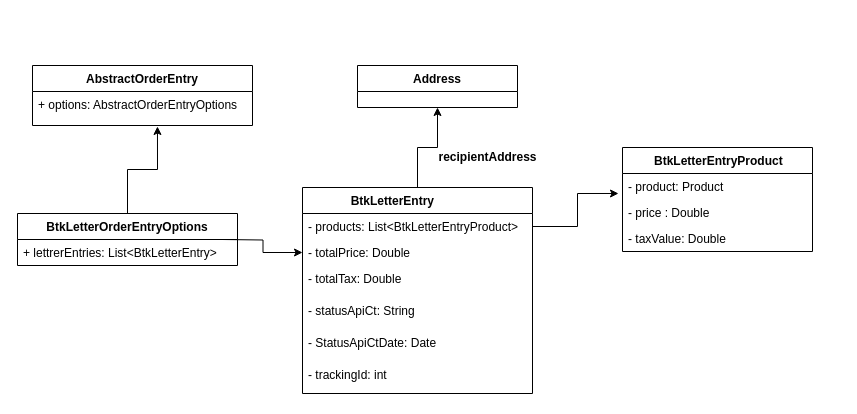
Earlier version of the draw.io diagram eboutique pli letter conception.drawio (elaissoussi/draw.io). Source tidied: cells renumbered, new cells numbered last; positions are measured from the earlier drawing's top-left corner, leaving out a move shared by most shapes. Both pictures are drawn from the tidied source at 100%, with x=0, y=0 at pixel (17, 65).
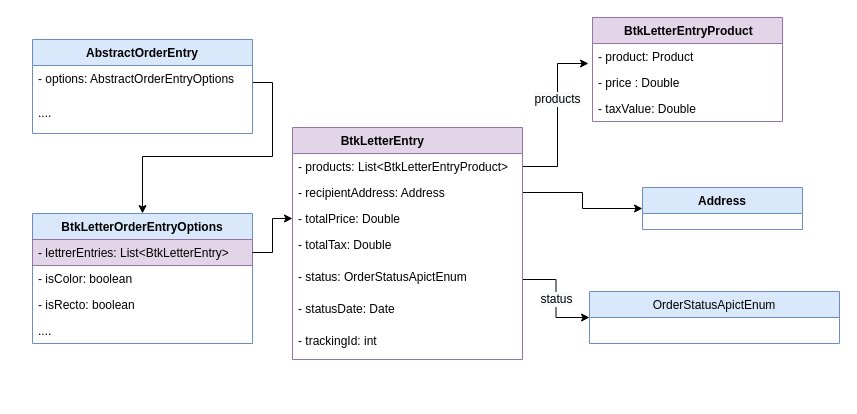
After the change.

Unchanged cells that the change refers to:
```xml
<mxCell id="7" value="- products: List&lt;BtkLetterEntryProduct&gt;" style="text;strokeColor=none;fillColor=none;align=left;verticalAlign=top;spacingLeft=4;spacingRight=4;overflow=hidden;points=[[0,0.5],[1,0.5]];portConstraint=eastwest;" parent="6" vertex="1">
  <mxGeometry y="26" width="230" height="26" as="geometry" />
</mxCell>
```

What changed in the source:
```diff
@@
-    <mxCell id="2" style="edgeStyle=orthogonalEdgeStyle;rounded=0;jettySize=auto;html=1;exitX=1;exitY=0.5;exitDx=0;exitDy=0;" parent="1" edge="1" target="8">
-      <mxGeometry relative="1" as="geometry">
-        <mxPoint x="205" y="174" as="sourcePoint" />
-      </mxGeometry>
-    </mxCell>
-    <mxCell id="3" style="edgeStyle=orthogonalEdgeStyle;rounded=0;jettySize=auto;html=1;entryX=0.568;entryY=1.029;entryDx=0;entryDy=0;entryPerimeter=0;" parent="1" edge="1" source="15" target="14">
-      <mxGeometry relative="1" as="geometry" />
-    </mxCell>
+    <mxCell id="22" style="edgeStyle=orthogonalEdgeStyle;rounded=0;jettySize=auto;html=1;exitX=1;exitY=0.5;exitDx=0;exitDy=0;entryX=-0.021;entryY=0.769;entryDx=0;entryDy=0;entryPerimeter=0;" parent="1" edge="1" source="7" target="19">
+      <mxGeometry relative="1" as="geometry" />
+    </mxCell>
+    <mxCell id="23" value="&lt;span style=&quot;text-align: left ; background-color: rgb(248 , 249 , 250)&quot;&gt;products&lt;/span&gt;" style="text;html=1;align=center;verticalAlign=middle;labelBackgroundColor=#ffffff;" parent="22" vertex="1">
+      <mxGeometry x="0.22" y="1" relative="1" as="geometry" />
+    </mxCell>
+    <mxCell id="24" value="&lt;span style=&quot;font-size: 12px ; text-align: left ; background-color: rgb(248 , 249 , 250)&quot;&gt;status&lt;/span&gt;" style="edgeStyle=orthogonalEdgeStyle;rounded=0;jettySize=auto;html=1;" parent="1" edge="1" source="10" target="31">
+      <mxGeometry relative="1" as="geometry" />
+    </mxCell>
+    <mxCell id="15" value="BtkLetterOrderEntryOptions" style="swimlane;fontStyle=1;horizontal=1;startSize=26;fillColor=#dae8fc;strokeColor=#6c8ebf;" parent="1" vertex="1">
+      <mxGeometry x="15" y="148" width="220" height="130" as="geometry" />
+    </mxCell>
+    <mxCell id="16" value="- lettrerEntries: List&lt;BtkLetterEntry&gt;" style="text;strokeColor=#9673a6;fillColor=#e1d5e7;align=left;verticalAlign=top;spacingLeft=4;spacingRight=4;overflow=hidden;points=[[0,0.5],[1,0.5]];portConstraint=eastwest;" parent="15" vertex="1">
+      <mxGeometry y="26" width="220" height="26" as="geometry" />
+    </mxCell>
+    <mxCell id="25" value="- isColor: boolean" style="text;strokeColor=none;fillColor=none;align=left;verticalAlign=top;spacingLeft=4;spacingRight=4;overflow=hidden;" parent="15" vertex="1">
+      <mxGeometry y="52" width="220" height="26" as="geometry" />
+    </mxCell>
+    <mxCell id="26" value="- isRecto: boolean" style="text;strokeColor=none;fillColor=none;align=left;verticalAlign=top;spacingLeft=4;spacingRight=4;overflow=hidden;" parent="15" vertex="1">
+      <mxGeometry y="78" width="220" height="26" as="geometry" />
+    </mxCell>
+    <mxCell id="27" value="...." style="text;strokeColor=none;fillColor=none;align=left;verticalAlign=top;spacingLeft=4;spacingRight=4;overflow=hidden;" parent="15" vertex="1">
+      <mxGeometry y="104" width="220" height="26" as="geometry" />
+    </mxCell>
+    <mxCell id="28" style="edgeStyle=orthogonalEdgeStyle;rounded=0;jettySize=auto;html=1;exitX=1;exitY=0.5;exitDx=0;exitDy=0;" parent="1" edge="1" source="14" target="15">
+      <mxGeometry relative="1" as="geometry" />
+    </mxCell>
+    <mxCell id="29" style="edgeStyle=orthogonalEdgeStyle;rounded=0;jettySize=auto;html=1;exitX=1;exitY=0.5;exitDx=0;exitDy=0;entryX=0;entryY=0.5;entryDx=0;entryDy=0;" parent="1" edge="1" source="16" target="8">
+      <mxGeometry relative="1" as="geometry" />
+    </mxCell>
+    <mxCell id="30" style="edgeStyle=orthogonalEdgeStyle;rounded=0;jettySize=auto;html=1;exitX=1;exitY=0.5;exitDx=0;exitDy=0;entryX=0;entryY=0.5;entryDx=0;entryDy=0;" parent="1" edge="1" source="32" target="4">
+      <mxGeometry relative="1" as="geometry" />
+    </mxCell>
+    <mxCell id="18" value="         BtkLetterEntryProduct" style="swimlane;fontStyle=1;horizontal=1;startSize=26;fillColor=#e1d5e7;align=left;strokeColor=#9673a6;" parent="1" vertex="1">
+      <mxGeometry x="575" y="-48" width="190" height="104" as="geometry" />
+    </mxCell>
+    <mxCell id="19" value="- product: Product" style="text;strokeColor=none;fillColor=none;align=left;verticalAlign=top;spacingLeft=4;spacingRight=4;overflow=hidden;points=[[0,0.5],[1,0.5]];portConstraint=eastwest;" parent="18" vertex="1">
+      <mxGeometry y="26" width="190" height="26" as="geometry" />
+    </mxCell>
+    <mxCell id="20" value="- price : Double" style="text;strokeColor=none;fillColor=none;align=left;verticalAlign=top;spacingLeft=4;spacingRight=4;overflow=hidden;" parent="18" vertex="1">
+      <mxGeometry y="52" width="190" height="26" as="geometry" />
+    </mxCell>
+    <mxCell id="21" value="- taxValue: Double" style="text;strokeColor=none;fillColor=none;align=left;verticalAlign=top;spacingLeft=4;spacingRight=4;overflow=hidden;" parent="18" vertex="1">
+      <mxGeometry y="78" width="190" height="26" as="geometry" />
+    </mxCell>
-    <mxCell id="4" value="Address" style="swimlane;fontStyle=1;align=center;verticalAlign=top;horizontal=1;startSize=26;" parent="1" vertex="1">
-      <mxGeometry x="340" width="160" height="42" as="geometry" />
+    <mxCell id="4" value="Address" style="swimlane;fontStyle=1;align=center;verticalAlign=top;horizontal=1;startSize=26;fillColor=#dae8fc;strokeColor=#6c8ebf;" parent="1" vertex="1">
+      <mxGeometry x="625" y="122" width="160" height="42" as="geometry" />
     </mxCell>
-    <mxCell id="5" style="edgeStyle=orthogonalEdgeStyle;rounded=0;jettySize=auto;html=1;exitX=0.5;exitY=0;exitDx=0;exitDy=0;entryX=0.5;entryY=1;entryDx=0;entryDy=0;" parent="1" edge="1" source="6" target="4">
-      <mxGeometry relative="1" as="geometry" />
-    </mxCell>
+    <mxCell id="31" value="OrderStatusApictEnum" style="swimlane;fontStyle=0;horizontal=1;startSize=26;fillColor=#dae8fc;strokeColor=#6c8ebf;" parent="1" vertex="1">
+      <mxGeometry x="572" y="226" width="250" height="52" as="geometry" />
+    </mxCell>
-    <mxCell id="6" value="              BtkLetterEntry" style="swimlane;fontStyle=1;horizontal=1;startSize=26;fillColor=none;align=left;" parent="1" vertex="1">
-      <mxGeometry x="285" y="122" width="230" height="206" as="geometry" />
+    <mxCell id="6" value="              BtkLetterEntry" style="swimlane;fontStyle=1;horizontal=1;startSize=26;fillColor=#e1d5e7;align=left;strokeColor=#9673a6;" parent="1" vertex="1">
+      <mxGeometry x="275" y="62" width="230" height="232" as="geometry" />
     </mxCell>
@@
+    <mxCell id="32" value="- recipientAddress: Address" style="text;strokeColor=none;fillColor=none;align=left;verticalAlign=top;spacingLeft=4;spacingRight=4;overflow=hidden;points=[[0,0.5],[1,0.5]];portConstraint=eastwest;" parent="6" vertex="1">
+      <mxGeometry y="52" width="230" height="26" as="geometry" />
+    </mxCell>
     <mxCell id="8" value="- totalPrice: Double" style="text;strokeColor=none;fillColor=none;align=left;verticalAlign=top;spacingLeft=4;spacingRight=4;overflow=hidden;points=[[0,0.5],[1,0.5]];portConstraint=eastwest;" parent="6" vertex="1">
-      <mxGeometry y="52" width="230" height="26" as="geometry" />
+      <mxGeometry y="78" width="230" height="26" as="geometry" />
     </mxCell>
     <mxCell id="9" value="- totalTax: Double" style="text;strokeColor=none;fillColor=none;align=left;verticalAlign=top;spacingLeft=4;spacingRight=4;overflow=hidden;" parent="6" vertex="1">
-      <mxGeometry y="78" width="230" height="32" as="geometry" />
+      <mxGeometry y="104" width="230" height="32" as="geometry" />
     </mxCell>
-    <mxCell id="10" value="- statusApiCt: String" style="text;strokeColor=none;fillColor=none;align=left;verticalAlign=top;spacingLeft=4;spacingRight=4;overflow=hidden;points=[[0,0.5],[1,0.5]];portConstraint=eastwest;" parent="6" vertex="1">
-      <mxGeometry y="110" width="230" height="32" as="geometry" />
+    <mxCell id="10" value="- status: OrderStatusApictEnum" style="text;strokeColor=none;fillColor=none;align=left;verticalAlign=top;spacingLeft=4;spacingRight=4;overflow=hidden;points=[[0,0.5],[1,0.5]];portConstraint=eastwest;" parent="6" vertex="1">
+      <mxGeometry y="136" width="230" height="32" as="geometry" />
     </mxCell>
-    <mxCell id="11" value="- StatusApiCtDate: Date" style="text;strokeColor=none;fillColor=none;align=left;verticalAlign=top;spacingLeft=4;spacingRight=4;overflow=hidden;" parent="6" vertex="1">
-      <mxGeometry y="142" width="230" height="32" as="geometry" />
+    <mxCell id="11" value="- statusDate: Date" style="text;strokeColor=none;fillColor=none;align=left;verticalAlign=top;spacingLeft=4;spacingRight=4;overflow=hidden;" parent="6" vertex="1">
+      <mxGeometry y="168" width="230" height="32" as="geometry" />
     </mxCell>
     <mxCell id="12" value="- trackingId: int" style="text;strokeColor=none;fillColor=none;align=left;verticalAlign=top;spacingLeft=4;spacingRight=4;overflow=hidden;" parent="6" vertex="1">
-      <mxGeometry y="174" width="230" height="32" as="geometry" />
+      <mxGeometry y="200" width="230" height="32" as="geometry" />
     </mxCell>
-    <mxCell id="13" value="AbstractOrderEntry" style="swimlane;fontStyle=1;horizontal=1;startSize=26;fillColor=none;" parent="1" vertex="1">
-      <mxGeometry x="15" width="220" height="60" as="geometry" />
+    <mxCell id="13" value="AbstractOrderEntry" style="swimlane;fontStyle=1;horizontal=1;startSize=26;fillColor=#dae8fc;strokeColor=#6c8ebf;" parent="1" vertex="1">
+      <mxGeometry x="15" y="-26" width="220" height="94" as="geometry" />
     </mxCell>
-    <mxCell id="14" value="+ options: AbstractOrderEntryOptions" style="text;strokeColor=none;fillColor=none;align=left;verticalAlign=top;spacingLeft=4;spacingRight=4;overflow=hidden;points=[[0,0.5],[1,0.5]];portConstraint=eastwest;fontStyle=0;" parent="13" vertex="1">
+    <mxCell id="14" value="- options: AbstractOrderEntryOptions" style="text;strokeColor=none;fillColor=none;align=left;verticalAlign=top;spacingLeft=4;spacingRight=4;overflow=hidden;points=[[0,0.5],[1,0.5]];portConstraint=eastwest;fontStyle=0;" parent="13" vertex="1">
       <mxGeometry y="26" width="220" height="34" as="geometry" />
     </mxCell>
-    <mxCell id="15" value="BtkLetterOrderEntryOptions" style="swimlane;fontStyle=1;horizontal=1;startSize=26;fillColor=none;" parent="1" vertex="1">
-      <mxGeometry y="148" width="220" height="52" as="geometry" />
-    </mxCell>
-    <mxCell id="16" value="+ lettrerEntries: List&lt;BtkLetterEntry&gt;" style="text;strokeColor=none;fillColor=none;align=left;verticalAlign=top;spacingLeft=4;spacingRight=4;overflow=hidden;points=[[0,0.5],[1,0.5]];portConstraint=eastwest;" parent="15" vertex="1">
-      <mxGeometry y="26" width="220" height="26" as="geometry" />
-    </mxCell>
-    <mxCell id="17" value="&lt;b&gt;recipientAddress&lt;/b&gt;" style="text;html=1;align=center;verticalAlign=middle;" parent="1" vertex="1">
-      <mxGeometry x="415" y="82" width="110" height="20" as="geometry" />
-    </mxCell>
-    <mxCell id="18" value="         BtkLetterEntryProduct" style="swimlane;fontStyle=1;horizontal=1;startSize=26;fillColor=none;align=left;" parent="1" vertex="1">
-      <mxGeometry x="605" y="82" width="190" height="104" as="geometry" />
-    </mxCell>
-    <mxCell id="19" value="- product: Product" style="text;strokeColor=none;fillColor=none;align=left;verticalAlign=top;spacingLeft=4;spacingRight=4;overflow=hidden;points=[[0,0.5],[1,0.5]];portConstraint=eastwest;" parent="18" vertex="1">
-      <mxGeometry y="26" width="190" height="26" as="geometry" />
-    </mxCell>
-    <mxCell id="20" value="- price : Double" style="text;strokeColor=none;fillColor=none;align=left;verticalAlign=top;spacingLeft=4;spacingRight=4;overflow=hidden;" parent="18" vertex="1">
-      <mxGeometry y="52" width="190" height="26" as="geometry" />
-    </mxCell>
-    <mxCell id="21" value="- taxValue: Double" style="text;strokeColor=none;fillColor=none;align=left;verticalAlign=top;spacingLeft=4;spacingRight=4;overflow=hidden;" parent="18" vertex="1">
-      <mxGeometry y="78" width="190" height="26" as="geometry" />
-    </mxCell>
-    <mxCell id="22" style="edgeStyle=orthogonalEdgeStyle;rounded=0;jettySize=auto;html=1;exitX=1;exitY=0.5;exitDx=0;exitDy=0;entryX=-0.021;entryY=0.769;entryDx=0;entryDy=0;entryPerimeter=0;" parent="1" edge="1" source="7" target="19">
-      <mxGeometry relative="1" as="geometry" />
-    </mxCell>
+    <mxCell id="33" value="...." style="text;strokeColor=none;fillColor=none;align=left;verticalAlign=top;spacingLeft=4;spacingRight=4;overflow=hidden;fontStyle=0;" parent="13" vertex="1">
+      <mxGeometry y="60" width="220" height="34" as="geometry" />
+    </mxCell>
```
